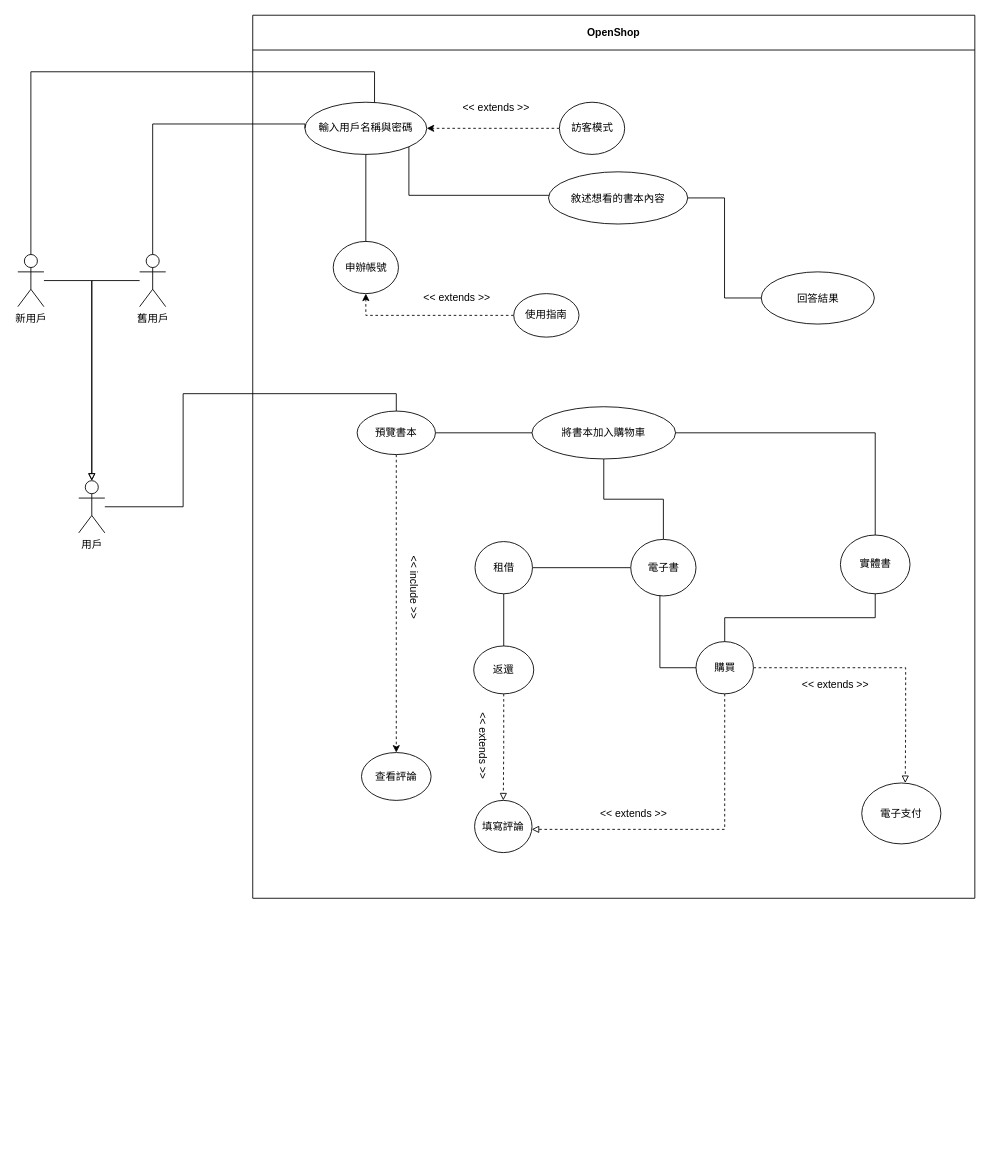
This is page "第 1 页" (1 of 4) of diagrams/1-4.drawio from SparrowTen/OpenShop, a draw.io file, before an edit. Source tidied: cells renumbered, new cells numbered last; positions are measured from the earlier drawing's top-left corner, leaving out a move shared by most shapes. Both pictures are drawn from the tidied source at 87%, with x=0, y=0 at pixel (17, 15).
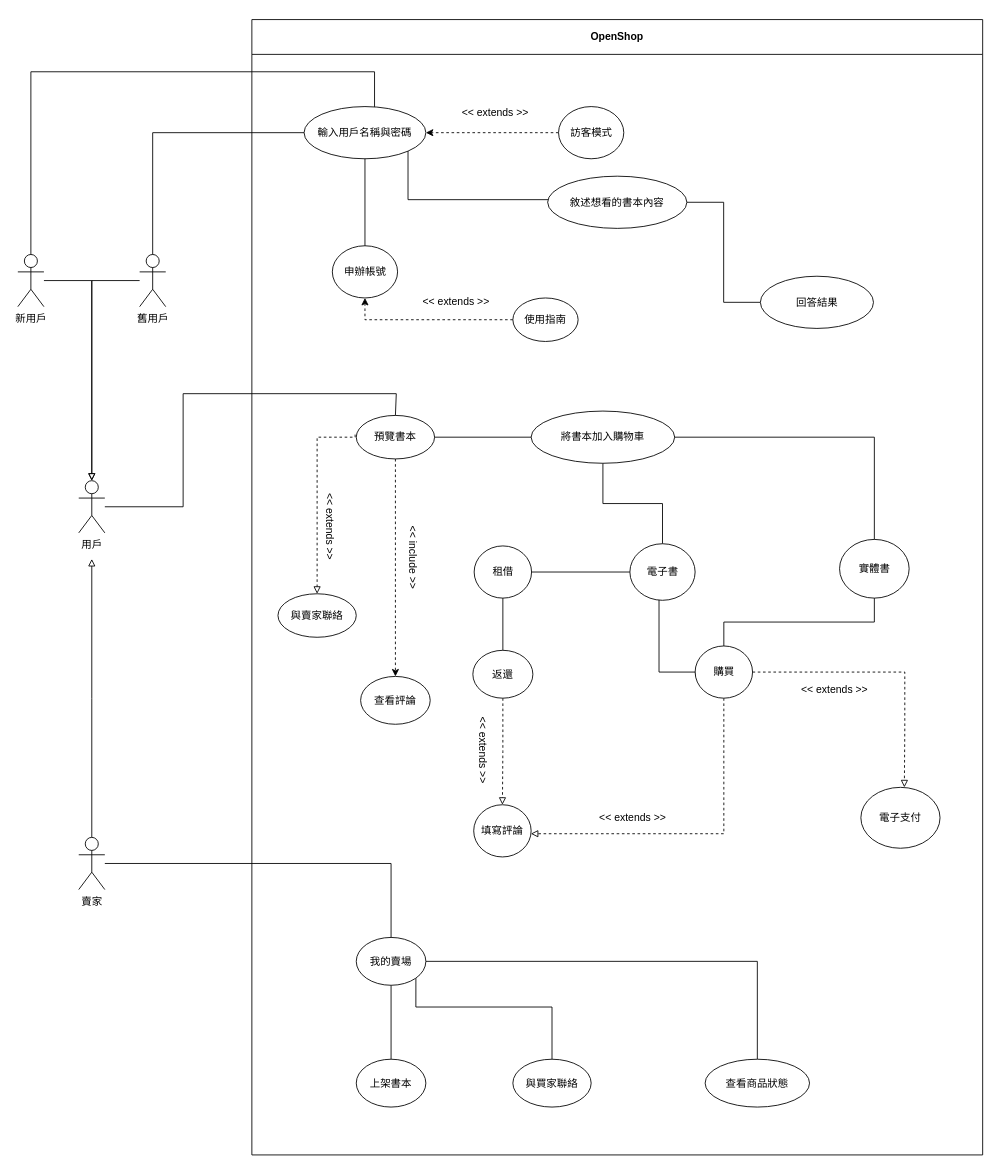
The same diagram, later.

The change refers to these unchanged cells:
```xml
<mxCell id="3" value="輸入用戶名稱與密碼" style="ellipse;whiteSpace=wrap;html=1;" parent="2" vertex="1">
  <mxGeometry x="60" y="100" width="140" height="60" as="geometry" />
</mxCell>
<mxCell id="33" value="預覽書本" style="ellipse;whiteSpace=wrap;html=1;" parent="2" vertex="1">
  <mxGeometry x="120" y="455" width="90" height="50" as="geometry" />
</mxCell>
<mxCell id="44" value="舊用戶" style="shape=umlActor;verticalLabelPosition=bottom;verticalAlign=top;html=1;outlineConnect=0;" parent="1" vertex="1">
  <mxGeometry x="140" y="275" width="30" height="60" as="geometry" />
</mxCell>
```

The edit, as a diff of the source:
```diff
@@
     <mxCell id="2" value="OpenShop" style="swimlane;whiteSpace=wrap;html=1;startSize=40;" parent="1" vertex="1">
-      <mxGeometry x="270" width="830" height="1015" as="geometry" />
+      <mxGeometry x="269" y="5" width="840" height="1305" as="geometry" />
     </mxCell>
@@
+    <mxCell id="51" style="edgeStyle=orthogonalEdgeStyle;rounded=0;jettySize=auto;html=1;exitX=-0.015;exitY=0.441;exitDx=0;exitDy=0;endArrow=block;endFill=0;dashed=1;exitPerimeter=0;" parent="2" edge="1" source="33" target="59">
+      <mxGeometry relative="1" as="geometry">
+        <Array as="points">
+          <mxPoint x="119" y="480" />
+          <mxPoint x="75" y="480" />
+        </Array>
+      </mxGeometry>
+    </mxCell>
@@
     <mxCell id="36" value="&amp;lt;&amp;lt; include &amp;gt;&amp;gt;" style="text;html=1;align=center;verticalAlign=middle;strokeColor=none;fillColor=none;rotation=90;" parent="2" vertex="1">
-      <mxGeometry x="135.5" y="642" width="100" height="30" as="geometry" />
+      <mxGeometry x="135.5" y="602.5" width="100" height="30" as="geometry" />
     </mxCell>
     <mxCell id="37" value="查看評論" style="ellipse;whiteSpace=wrap;html=1;" parent="2" vertex="1">
-      <mxGeometry x="125" y="847.5" width="80" height="55" as="geometry" />
+      <mxGeometry x="125" y="755" width="80" height="55" as="geometry" />
     </mxCell>
@@
+    <mxCell id="52" style="edgeStyle=orthogonalEdgeStyle;rounded=0;jettySize=auto;html=1;entryX=0.5;entryY=0;entryDx=0;entryDy=0;endArrow=none;endFill=0;" parent="2" edge="1" source="55" target="56">
+      <mxGeometry relative="1" as="geometry" />
+    </mxCell>
+    <mxCell id="53" style="edgeStyle=orthogonalEdgeStyle;rounded=0;jettySize=auto;html=1;entryX=0.5;entryY=0;entryDx=0;entryDy=0;endArrow=none;endFill=0;" parent="2" edge="1" source="55" target="57">
+      <mxGeometry relative="1" as="geometry">
+        <Array as="points">
+          <mxPoint x="581" y="1083" />
+        </Array>
+      </mxGeometry>
+    </mxCell>
+    <mxCell id="54" style="edgeStyle=orthogonalEdgeStyle;rounded=0;jettySize=auto;html=1;exitX=1;exitY=1;exitDx=0;exitDy=0;entryX=0.5;entryY=0;entryDx=0;entryDy=0;endArrow=none;endFill=0;" parent="2" edge="1" source="55" target="58">
+      <mxGeometry relative="1" as="geometry">
+        <Array as="points">
+          <mxPoint x="189" y="1135" />
+          <mxPoint x="345" y="1135" />
+        </Array>
+      </mxGeometry>
+    </mxCell>
+    <mxCell id="55" value="我的賣場" style="ellipse;whiteSpace=wrap;html=1;" parent="2" vertex="1">
+      <mxGeometry x="120" y="1055" width="80" height="55" as="geometry" />
+    </mxCell>
+    <mxCell id="56" value="上架書本" style="ellipse;whiteSpace=wrap;html=1;" parent="2" vertex="1">
+      <mxGeometry x="120" y="1195" width="80" height="55" as="geometry" />
+    </mxCell>
+    <mxCell id="57" value="查看商品狀態" style="ellipse;whiteSpace=wrap;html=1;" parent="2" vertex="1">
+      <mxGeometry x="521" y="1195" width="120" height="55" as="geometry" />
+    </mxCell>
+    <mxCell id="58" value="與買家聯絡" style="ellipse;whiteSpace=wrap;html=1;" parent="2" vertex="1">
+      <mxGeometry x="300" y="1195" width="90" height="55" as="geometry" />
+    </mxCell>
+    <mxCell id="59" value="與賣家聯絡" style="ellipse;whiteSpace=wrap;html=1;" parent="2" vertex="1">
+      <mxGeometry x="30" y="660" width="90" height="50" as="geometry" />
+    </mxCell>
+    <mxCell id="60" value="&amp;lt;&amp;lt; extends &amp;gt;&amp;gt;" style="text;html=1;strokeColor=none;fillColor=none;align=center;verticalAlign=middle;whiteSpace=wrap;rounded=0;rotation=90;" parent="2" vertex="1">
+      <mxGeometry x="45.5" y="567.5" width="90" height="30" as="geometry" />
+    </mxCell>
@@
     <mxCell id="50" style="edgeStyle=orthogonalEdgeStyle;rounded=0;jettySize=auto;html=1;exitX=0;exitY=0.5;exitDx=0;exitDy=0;entryX=0.5;entryY=0;entryDx=0;entryDy=0;entryPerimeter=0;endArrow=none;endFill=0;" parent="1" edge="1" source="3" target="44">
       <mxGeometry relative="1" as="geometry">
         <Array as="points">
-          <mxPoint x="155" y="125" />
+          <mxPoint x="155" y="135" />
         </Array>
       </mxGeometry>
     </mxCell>
+    <mxCell id="61" style="edgeStyle=orthogonalEdgeStyle;rounded=0;jettySize=auto;html=1;exitX=0.5;exitY=0;exitDx=0;exitDy=0;exitPerimeter=0;endArrow=block;endFill=0;" parent="1" edge="1" source="63">
+      <mxGeometry relative="1" as="geometry">
+        <mxPoint x="85" y="625" as="targetPoint" />
+      </mxGeometry>
+    </mxCell>
+    <mxCell id="62" style="edgeStyle=orthogonalEdgeStyle;rounded=0;jettySize=auto;html=1;endArrow=none;endFill=0;" parent="1" edge="1" source="63" target="55">
+      <mxGeometry relative="1" as="geometry" />
+    </mxCell>
+    <mxCell id="63" value="賣家" style="shape=umlActor;verticalLabelPosition=bottom;verticalAlign=top;html=1;outlineConnect=0;" parent="1" vertex="1">
+      <mxGeometry x="70" y="945" width="30" height="60" as="geometry" />
+    </mxCell>
```
